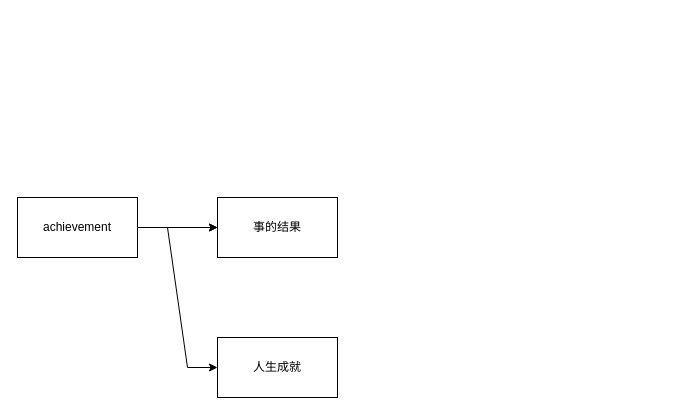
This is 未命名绘图.drawio from wen2xiao1/draw.io, a draw.io file, before an edit. Source tidied: cells renumbered, new cells numbered last; positions are measured from the earlier drawing's top-left corner, leaving out a move shared by most shapes. Both pictures are drawn from the tidied source at 100%, with x=0, y=0 at pixel (17, 197).
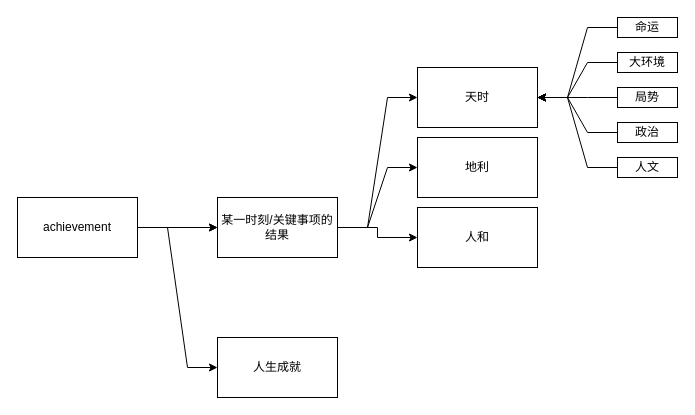
The same page after the edit.

Commit message (it also covers changes not shown here):
更新未命名绘图.drawio

What changed in the source:
```diff
@@
+    <mxCell id="8" style="edgeStyle=entityRelationEdgeStyle;rounded=0;jettySize=auto;html=1;" parent="1" edge="1" source="5" target="11">
+      <mxGeometry relative="1" as="geometry" />
+    </mxCell>
+    <mxCell id="9" style="edgeStyle=entityRelationEdgeStyle;rounded=0;jettySize=auto;html=1;exitX=1;exitY=0.5;exitDx=0;exitDy=0;entryX=0;entryY=0.5;entryDx=0;entryDy=0;" parent="1" edge="1" source="5" target="12">
+      <mxGeometry relative="1" as="geometry" />
+    </mxCell>
+    <mxCell id="10" style="edgeStyle=orthogonalEdgeStyle;rounded=0;jettySize=auto;html=1;exitX=1;exitY=0.5;exitDx=0;exitDy=0;entryX=0;entryY=0.5;entryDx=0;entryDy=0;" parent="1" edge="1" source="5" target="13">
+      <mxGeometry relative="1" as="geometry" />
+    </mxCell>
-    <mxCell id="5" value="事的结果" style="rounded=0;whiteSpace=wrap;html=1;" parent="1" vertex="1">
+    <mxCell id="5" value="某一时刻/关键事项的结果" style="rounded=0;whiteSpace=wrap;html=1;" parent="1" vertex="1">
       <mxGeometry x="200" width="120" height="60" as="geometry" />
     </mxCell>
@@
+    <mxCell id="11" value="天时" style="rounded=0;whiteSpace=wrap;html=1;" parent="1" vertex="1">
+      <mxGeometry x="400" y="-130" width="120" height="60" as="geometry" />
+    </mxCell>
+    <mxCell id="12" value="地利" style="rounded=0;whiteSpace=wrap;html=1;" parent="1" vertex="1">
+      <mxGeometry x="400" y="-60" width="120" height="60" as="geometry" />
+    </mxCell>
+    <mxCell id="13" value="人和" style="rounded=0;whiteSpace=wrap;html=1;" parent="1" vertex="1">
+      <mxGeometry x="400" y="10" width="120" height="60" as="geometry" />
+    </mxCell>
+    <mxCell id="14" style="edgeStyle=entityRelationEdgeStyle;rounded=0;jettySize=auto;html=1;entryX=1;entryY=0.5;entryDx=0;entryDy=0;" parent="1" edge="1" source="15" target="11">
+      <mxGeometry relative="1" as="geometry" />
+    </mxCell>
+    <mxCell id="15" value="命运" style="rounded=0;whiteSpace=wrap;html=1;" parent="1" vertex="1">
+      <mxGeometry x="600" y="-180" width="60" height="20" as="geometry" />
+    </mxCell>
+    <mxCell id="16" style="edgeStyle=entityRelationEdgeStyle;rounded=0;jettySize=auto;html=1;exitX=0;exitY=0.5;exitDx=0;exitDy=0;entryX=1;entryY=0.5;entryDx=0;entryDy=0;" parent="1" edge="1" source="17" target="11">
+      <mxGeometry relative="1" as="geometry" />
+    </mxCell>
+    <mxCell id="17" value="大环境" style="rounded=0;whiteSpace=wrap;html=1;" parent="1" vertex="1">
+      <mxGeometry x="600" y="-145" width="60" height="20" as="geometry" />
+    </mxCell>
+    <mxCell id="18" style="edgeStyle=entityRelationEdgeStyle;rounded=0;jettySize=auto;html=1;exitX=0;exitY=0.5;exitDx=0;exitDy=0;" parent="1" edge="1" source="19" target="11">
+      <mxGeometry relative="1" as="geometry" />
+    </mxCell>
+    <mxCell id="19" value="局势" style="rounded=0;whiteSpace=wrap;html=1;" parent="1" vertex="1">
+      <mxGeometry x="600" y="-110" width="60" height="20" as="geometry" />
+    </mxCell>
+    <mxCell id="20" style="edgeStyle=entityRelationEdgeStyle;rounded=0;jettySize=auto;html=1;exitX=0;exitY=0.5;exitDx=0;exitDy=0;entryX=1;entryY=0.5;entryDx=0;entryDy=0;" parent="1" edge="1" source="21" target="11">
+      <mxGeometry relative="1" as="geometry" />
+    </mxCell>
+    <mxCell id="21" value="政治" style="rounded=0;whiteSpace=wrap;html=1;" parent="1" vertex="1">
+      <mxGeometry x="600" y="-75" width="60" height="20" as="geometry" />
+    </mxCell>
+    <mxCell id="22" style="edgeStyle=entityRelationEdgeStyle;rounded=0;jettySize=auto;html=1;exitX=0;exitY=0.5;exitDx=0;exitDy=0;entryX=1;entryY=0.5;entryDx=0;entryDy=0;" parent="1" edge="1" source="23" target="11">
+      <mxGeometry relative="1" as="geometry" />
+    </mxCell>
+    <mxCell id="23" value="人文" style="rounded=0;whiteSpace=wrap;html=1;" parent="1" vertex="1">
+      <mxGeometry x="600" y="-40" width="60" height="20" as="geometry" />
+    </mxCell>
```
